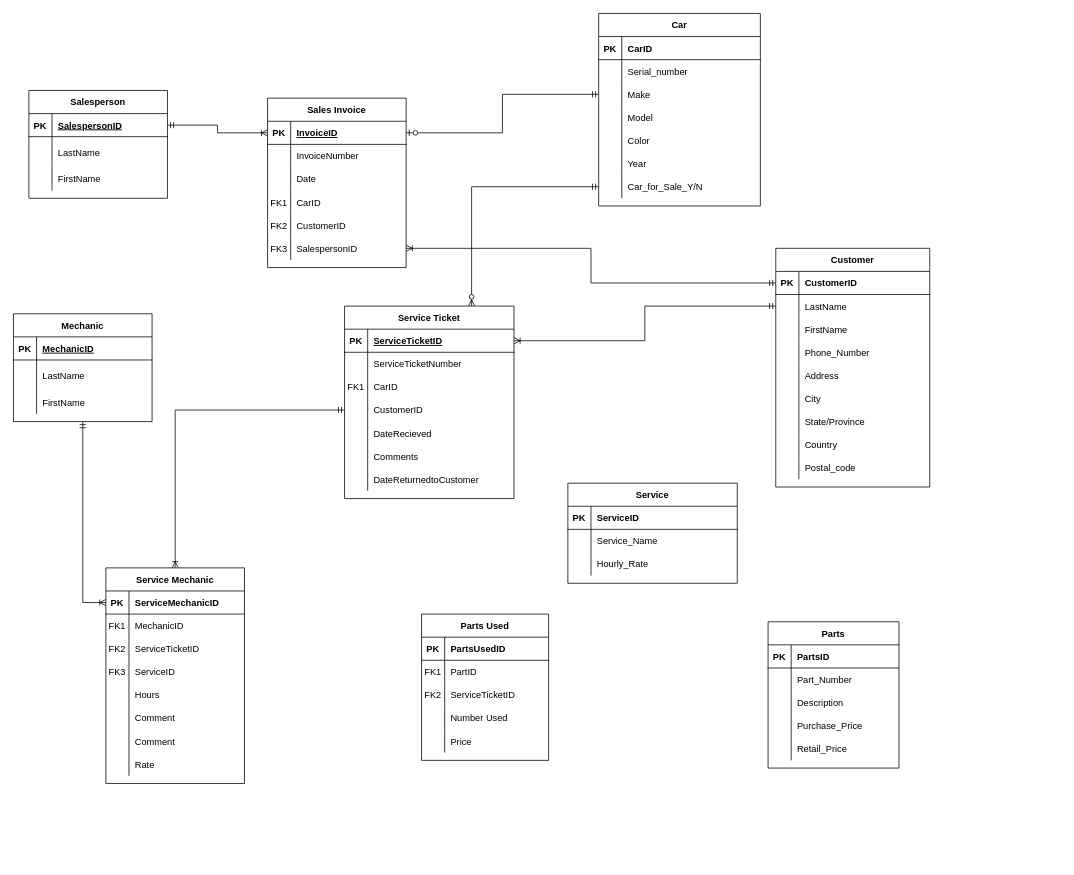
Before: cardealership.drawio in itsmerims/eentityrelationshipdiagram, a draw.io diagram. Source tidied: cells renumbered, new cells numbered last; positions are measured from the earlier drawing's top-left corner, leaving out a move shared by most shapes. Both pictures are drawn from the tidied source at 77%, with x=0, y=0 at pixel (13, 13).
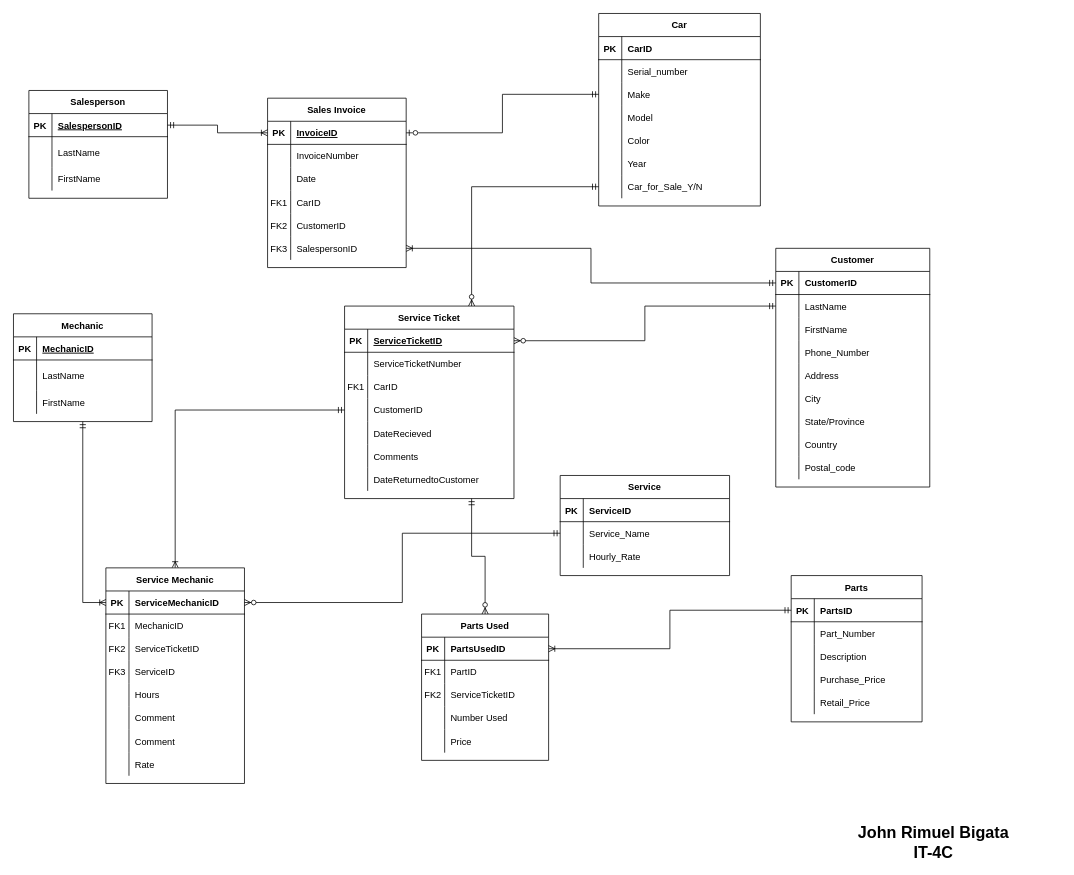
The same diagram, later.

The change refers to these unchanged cells:
```xml
<mxCell id="28" style="shape=partialRectangle;fillColor=none;points=[[0,0.5],[1,0.5]];portConstraint=eastwest;top=0;left=0;right=0;bottom=0;" parent="24" vertex="1">
  <mxGeometry y="60" width="200" height="30" as="geometry" />
</mxCell>
<mxCell id="56" style="shape=partialRectangle;fillColor=none;points=[[0,0.5],[1,0.5]];portConstraint=eastwest;top=0;left=0;right=0;bottom=0;" parent="52" vertex="1">
  <mxGeometry y="60" width="220" height="30" as="geometry" />
</mxCell>
<mxCell id="63" style="shape=partialRectangle;fillColor=none;top=0;left=0;bottom=1;right=0;points=[[0,0.5],[1,0.5]];portConstraint=eastwest;" parent="62" vertex="1">
  <mxGeometry y="30" width="170" height="30" as="geometry" />
</mxCell>
<mxCell id="78" value="Parts Used" style="shape=table;startSize=30;childLayout=tableLayout;rowLines=0;fontStyle=1;align=center;" parent="1" vertex="1">
  <mxGeometry x="530" y="780" width="165" height="190" as="geometry" />
</mxCell>
<mxCell id="79" style="shape=partialRectangle;fillColor=none;top=0;left=0;bottom=1;right=0;points=[[0,0.5],[1,0.5]];portConstraint=eastwest;" parent="78" vertex="1">
  <mxGeometry y="30" width="165" height="30" as="geometry" />
</mxCell>
<mxCell id="96" style="shape=partialRectangle;fillColor=none;top=0;left=0;bottom=1;right=0;points=[[0,0.5],[1,0.5]];portConstraint=eastwest;fontStyle=0;" parent="95" vertex="1">
  <mxGeometry y="30" width="180" height="30" as="geometry" />
</mxCell>
<mxCell id="121" value="Service Ticket" style="shape=table;startSize=30;childLayout=tableLayout;rowLines=0;fontStyle=1;align=center;" parent="1" vertex="1">
  <mxGeometry x="430" y="380" width="220" height="250" as="geometry" />
</mxCell>
<mxCell id="122" style="shape=partialRectangle;fillColor=none;top=0;left=0;bottom=1;right=0;points=[[0,0.5],[1,0.5]];portConstraint=eastwest;" parent="121" vertex="1">
  <mxGeometry y="30" width="220" height="30" as="geometry" />
</mxCell>
```

The edit, as a diff of the source:
```diff
@@
     <mxCell id="52" value="Service" style="shape=table;startSize=30;childLayout=tableLayout;rowLines=0;fontStyle=1;align=center;" parent="1" vertex="1">
-      <mxGeometry x="720" y="610" width="220" height="130" as="geometry" />
+      <mxGeometry x="710" y="600" width="220" height="130" as="geometry" />
     </mxCell>
@@
     <mxCell id="62" value="Parts" style="shape=table;startSize=30;childLayout=tableLayout;rowLines=0;fontStyle=1;align=center;" parent="1" vertex="1">
-      <mxGeometry x="980" y="790" width="170" height="190" as="geometry" />
+      <mxGeometry x="1010" y="730" width="170" height="190" as="geometry" />
     </mxCell>
@@
+    <mxCell id="187" style="edgeStyle=orthogonalEdgeStyle;rounded=0;jumpSize=13;jettySize=auto;html=1;entryX=0.75;entryY=1;entryDx=0;entryDy=0;startArrow=ERzeroToMany;startFill=1;endArrow=ERmandOne;endFill=0;endSize=6;sourcePerimeterSpacing=0;targetPerimeterSpacing=0;strokeWidth=1;" parent="1" edge="1" source="78" target="121">
+      <mxGeometry relative="1" as="geometry" />
+    </mxCell>
@@
-    <mxCell id="183" style="edgeStyle=orthogonalEdgeStyle;rounded=0;jumpSize=13;jettySize=auto;html=1;exitX=1;exitY=0.5;exitDx=0;exitDy=0;entryX=0;entryY=0.5;entryDx=0;entryDy=0;startArrow=ERoneToMany;startFill=0;endArrow=ERmandOne;endFill=0;endSize=6;sourcePerimeterSpacing=0;targetPerimeterSpacing=0;strokeWidth=1;" parent="1" edge="1" source="122" target="28">
+    <mxCell id="183" style="edgeStyle=orthogonalEdgeStyle;rounded=0;jumpSize=13;jettySize=auto;html=1;exitX=1;exitY=0.5;exitDx=0;exitDy=0;entryX=0;entryY=0.5;entryDx=0;entryDy=0;startArrow=ERzeroToMany;startFill=1;endArrow=ERmandOne;endFill=0;endSize=6;sourcePerimeterSpacing=0;targetPerimeterSpacing=0;strokeWidth=1;" parent="1" edge="1" source="122" target="28">
       <mxGeometry relative="1" as="geometry" />
     </mxCell>
@@
+    <mxCell id="188" style="edgeStyle=orthogonalEdgeStyle;rounded=0;jumpSize=13;jettySize=auto;html=1;startArrow=ERzeroToMany;startFill=1;endArrow=ERmandOne;endFill=0;endSize=6;sourcePerimeterSpacing=0;targetPerimeterSpacing=0;strokeWidth=1;" parent="1" edge="1" source="96" target="56">
+      <mxGeometry relative="1" as="geometry" />
+    </mxCell>
+    <mxCell id="189" style="edgeStyle=orthogonalEdgeStyle;rounded=0;jumpSize=13;jettySize=auto;html=1;exitX=1;exitY=0.5;exitDx=0;exitDy=0;startArrow=ERoneToMany;startFill=0;endArrow=ERmandOne;endFill=0;endSize=6;sourcePerimeterSpacing=0;targetPerimeterSpacing=0;strokeWidth=1;" parent="1" edge="1" source="79" target="63">
+      <mxGeometry relative="1" as="geometry" />
+    </mxCell>
+    <mxCell id="190" value="John Rimuel Bigata&lt;br&gt;IT-4C" style="text;html=1;strokeColor=none;fillColor=none;align=center;verticalAlign=middle;whiteSpace=wrap;rounded=0;fontSize=21;fontStyle=1;" parent="1" vertex="1">
+      <mxGeometry x="1030" y="1050" width="330" height="51" as="geometry" />
+    </mxCell>
```
